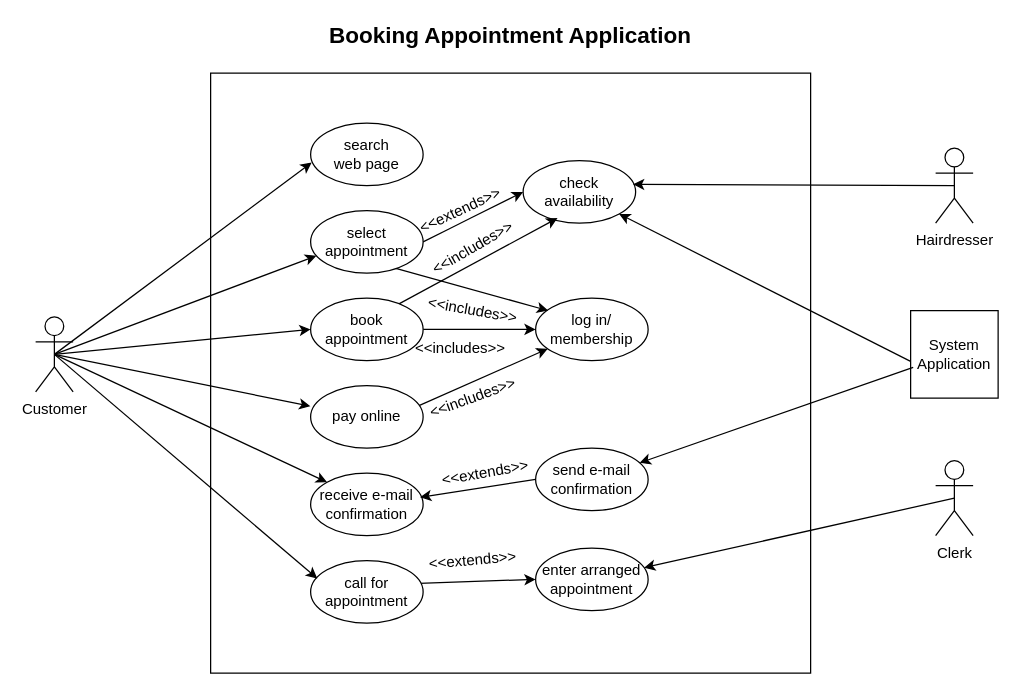
Earlier version of the draw.io diagram Use Case Diagram_Assignment 1.drawio (Mariannapl/datasciencecoursera). Source tidied: cells renumbered, new cells numbered last; positions are measured from the earlier drawing's top-left corner, leaving out a move shared by most shapes. Both pictures are drawn from the tidied source at 125%, with x=0, y=0 at pixel (35, 22).
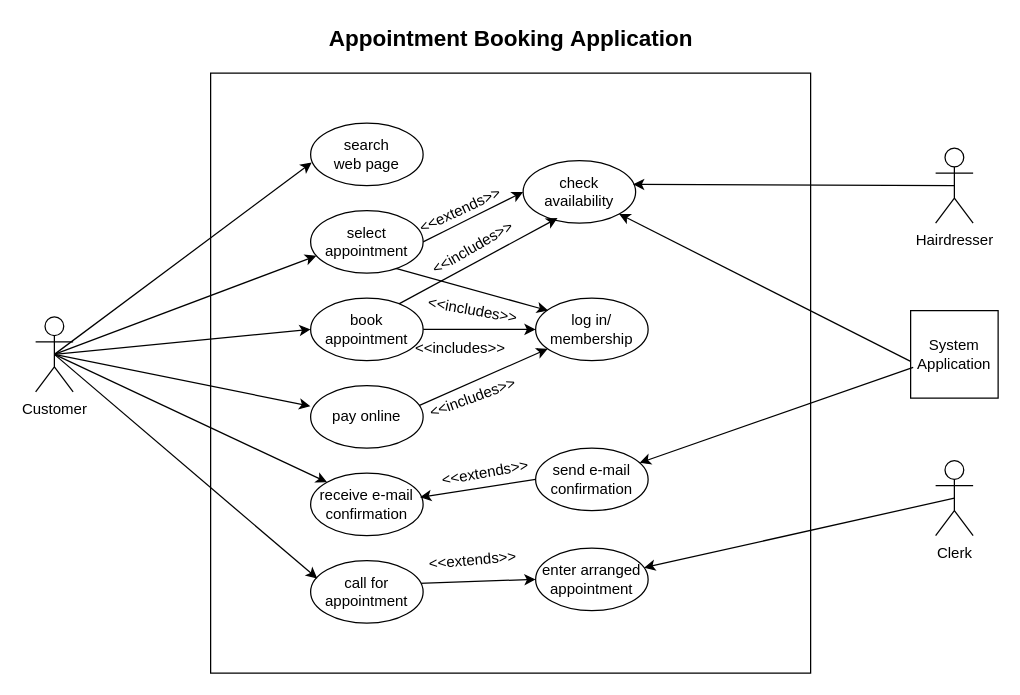
After the change.

The edit, as a diff of the source:
```diff
@@
-    <mxCell id="41" value="&lt;b&gt;&lt;font style=&quot;font-size: 18px&quot;&gt;Booking Appointment Application&lt;/font&gt;&lt;/b&gt;" style="text;html=1;strokeColor=none;fillColor=none;align=center;verticalAlign=middle;whiteSpace=wrap;rounded=0;" parent="1" vertex="1">
-      <mxGeometry x="210" width="340" height="20" as="geometry" />
+    <mxCell id="41" value="&lt;b&gt;&lt;font style=&quot;font-size: 18px&quot;&gt;Appointment&amp;nbsp;&lt;/font&gt;&lt;/b&gt;&lt;b&gt;&lt;font style=&quot;font-size: 18px&quot;&gt;Booking&amp;nbsp;&lt;/font&gt;&lt;/b&gt;&lt;b&gt;&lt;font style=&quot;font-size: 18px&quot;&gt;Application&lt;/font&gt;&lt;/b&gt;" style="text;html=1;strokeColor=none;fillColor=none;align=center;verticalAlign=middle;whiteSpace=wrap;rounded=0;" parent="1" vertex="1">
+      <mxGeometry x="211.5" y="3" width="337" height="20" as="geometry" />
     </mxCell>
```
